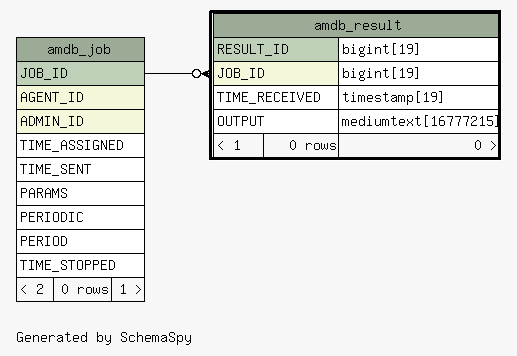
Earlier version of the Graphviz export am/doc/schemaspy/diagrams/amdb_result.1degree.png (yannikab/k23b_ac). Its source is kept beside it as am/doc/schemaspy/diagrams/amdb_result.2degrees.dot.
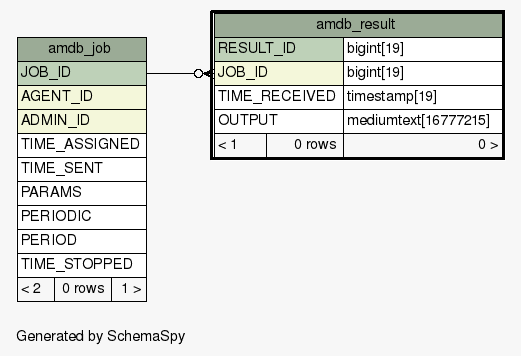
The same file after the commit.

What changed in the source:
```diff
@@ -26,7 +26,7 @@
     <TABLE BORDER="0" CELLBORDER="1" CELLSPACING="0" BGCOLOR="#ffffff">
       <TR><TD COLSPAN="3" BGCOLOR="#9bab96" ALIGN="CENTER">amdb_admin</TD></TR>
       <TR><TD PORT="elipses" COLSPAN="3" ALIGN="LEFT">...</TD></TR>
-      <TR><TD ALIGN="LEFT" BGCOLOR="#f7f7f7">  </TD><TD ALIGN="RIGHT" BGCOLOR="#f7f7f7">0 rows</TD><TD ALIGN="RIGHT" BGCOLOR="#f7f7f7">2 &gt;</TD></TR>
+      <TR><TD ALIGN="LEFT" BGCOLOR="#f7f7f7">  </TD><TD ALIGN="RIGHT" BGCOLOR="#f7f7f7">4 rows</TD><TD ALIGN="RIGHT" BGCOLOR="#f7f7f7">3 &gt;</TD></TR>
     </TABLE>>
     URL="amdb_admin.html"
     tooltip="amdb_admin"
```
